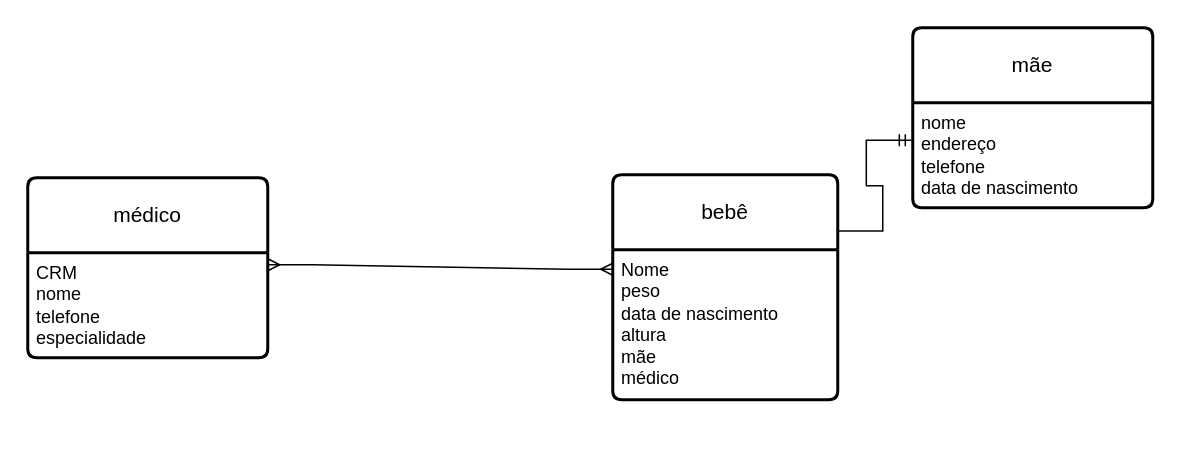
biacapist1224/Diagramas keeps this draw.io diagram as bercário.drawio. Above is the earlier version. Source tidied: cells renumbered, new cells numbered last; positions are measured from the earlier drawing's top-left corner, leaving out a move shared by most shapes. Both pictures are drawn from the tidied source at 150%, with x=0, y=0 at pixel (27, 27).
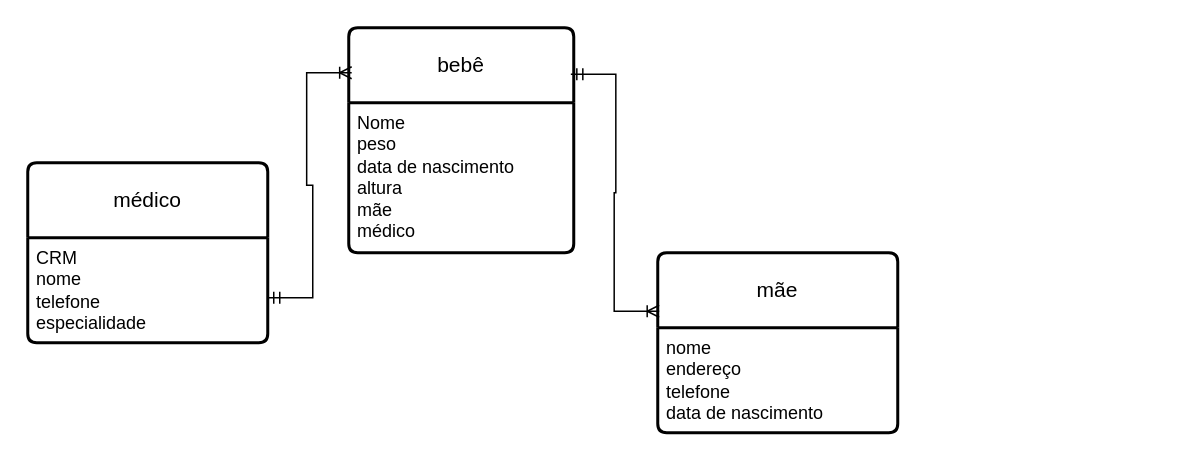
After the change.

Change to the diagram source:
```diff
@@
 <mxGraphModel>
   <root>
     <mxCell id="0" />
     <mxCell id="1" parent="0" />
     <mxCell id="2" value="médico" style="swimlane;horizontal=1;startSize=50;rounded=1;fontSize=14;fontStyle=0;strokeWidth=2;shadow=0;dashed=0;align=center;arcSize=4;whiteSpace=wrap;html=1;" parent="1" vertex="1">
-      <mxGeometry y="100" width="160" height="120" as="geometry" />
+      <mxGeometry y="90" width="160" height="120" as="geometry" />
     </mxCell>
     <mxCell id="3" value="&lt;div&gt;CRM&lt;/div&gt;&lt;div&gt;nome&lt;/div&gt;&lt;div&gt;telefone&lt;/div&gt;&lt;div&gt;especialidade&lt;br&gt;&lt;/div&gt;" style="align=left;strokeColor=none;fillColor=none;spacingLeft=4;fontSize=12;verticalAlign=top;html=1;" parent="2" vertex="1">
       <mxGeometry y="50" width="160" height="70" as="geometry" />
     </mxCell>
     <mxCell id="4" value="mãe" style="swimlane;horizontal=1;startSize=50;rounded=1;fontSize=14;fontStyle=0;strokeWidth=2;shadow=0;dashed=0;align=center;arcSize=4;whiteSpace=wrap;html=1;" parent="1" vertex="1">
-      <mxGeometry x="590" width="160" height="120" as="geometry" />
+      <mxGeometry x="420" y="150" width="160" height="120" as="geometry" />
     </mxCell>
     <mxCell id="5" value="&lt;div&gt;nome &lt;br&gt;&lt;/div&gt;&lt;div&gt;endereço&lt;/div&gt;&lt;div&gt;telefone &lt;br&gt;&lt;/div&gt;&lt;div&gt;data de nascimento&lt;br&gt;&lt;/div&gt;" style="align=left;strokeColor=none;fillColor=none;spacingLeft=4;fontSize=12;verticalAlign=top;html=1;" parent="4" vertex="1">
       <mxGeometry y="50" width="160" height="70" as="geometry" />
     </mxCell>
     <mxCell id="6" value="bebê" style="swimlane;horizontal=1;startSize=50;rounded=1;fontSize=14;fontStyle=0;strokeWidth=2;shadow=0;dashed=0;align=center;arcSize=4;whiteSpace=wrap;html=1;" parent="1" vertex="1">
-      <mxGeometry x="390" y="98" width="150" height="150" as="geometry" />
+      <mxGeometry x="214" width="150" height="150" as="geometry" />
     </mxCell>
     <mxCell id="7" value="&lt;div&gt;Nome&lt;/div&gt;&lt;div&gt;peso&lt;/div&gt;&lt;div&gt;data de nascimento&lt;/div&gt;&lt;div&gt;altura&lt;/div&gt;&lt;div&gt;mãe&lt;/div&gt;&lt;div&gt;médico&lt;br&gt;&lt;/div&gt;&lt;div&gt;&lt;br&gt;&lt;/div&gt;" style="align=left;strokeColor=none;fillColor=none;spacingLeft=4;fontSize=12;verticalAlign=top;html=1;" parent="6" vertex="1">
       <mxGeometry y="50" width="150" height="100" as="geometry" />
     </mxCell>
-    <mxCell id="8" style="edgeStyle=entityRelationEdgeStyle;fontSize=12;html=1;endArrow=ERmany;startArrow=ERmany;rounded=0;exitX=1;exitY=0.25;exitDx=0;exitDy=0;entryX=0;entryY=0.13;entryDx=0;entryDy=0;entryPerimeter=0;" parent="1" edge="1" target="7">
-      <mxGeometry relative="1" as="geometry">
-        <mxPoint x="160" y="158" as="sourcePoint" />
-      </mxGeometry>
-    </mxCell>
-    <mxCell id="9" style="edgeStyle=entityRelationEdgeStyle;fontSize=12;html=1;endArrow=ERmandOne;rounded=0;exitX=1;exitY=0.25;exitDx=0;exitDy=0;entryX=-0.006;entryY=0.357;entryDx=0;entryDy=0;entryPerimeter=0;" parent="1" edge="1" source="6" target="5">
-      <mxGeometry relative="1" as="geometry" />
-    </mxCell>
+    <mxCell id="10" style="edgeStyle=entityRelationEdgeStyle;fontSize=12;html=1;endArrow=ERoneToMany;startArrow=ERmandOne;rounded=0;entryX=0.013;entryY=0.2;entryDx=0;entryDy=0;entryPerimeter=0;exitX=1;exitY=0.75;exitDx=0;exitDy=0;" parent="1" edge="1" source="2" target="6">
+      <mxGeometry relative="1" as="geometry" />
+    </mxCell>
+    <mxCell id="11" style="edgeStyle=entityRelationEdgeStyle;fontSize=12;html=1;endArrow=ERoneToMany;startArrow=ERmandOne;rounded=0;exitX=0.987;exitY=0.207;exitDx=0;exitDy=0;exitPerimeter=0;entryX=0.006;entryY=0.325;entryDx=0;entryDy=0;entryPerimeter=0;" parent="1" edge="1" source="6" target="4">
+      <mxGeometry relative="1" as="geometry" />
+    </mxCell>
   </root>
 </mxGraphModel>
```
